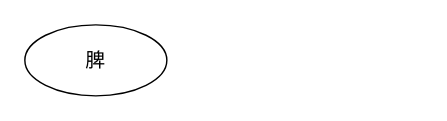
The draw.io diagram 医门推敲叁/中医藏象学说/藏象学说之肝/肝的生理功能/002肝主疏泄-促进消化吸收.drawio in 328507133/chart, before the edit. Source tidied: cells renumbered, new cells numbered last; positions are measured from the earlier drawing's top-left corner, leaving out a move shared by most shapes. Both pictures are drawn from the tidied source at 142%, with x=0, y=0 at pixel (24, 24).
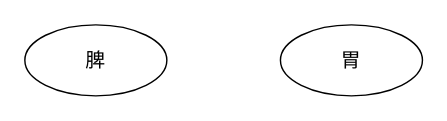
The same diagram, later.

Commit message (it also covers changes not shown here):
更新002肝主疏泄-促进消化吸收.drawio

Diff of the diagram source:
```diff
@@
 <mxGraphModel>
   <root>
     <mxCell id="0" />
     <mxCell id="1" parent="0" />
     <mxCell id="2" value="脾" style="ellipse;whiteSpace=wrap;html=1;fontSize=14;" parent="1" vertex="1">
       <mxGeometry width="100" height="50" as="geometry" />
     </mxCell>
+    <mxCell id="3" value="胃" style="ellipse;whiteSpace=wrap;html=1;fontSize=14;" parent="1" vertex="1">
+      <mxGeometry x="180" width="100" height="50" as="geometry" />
+    </mxCell>
   </root>
 </mxGraphModel>
```
